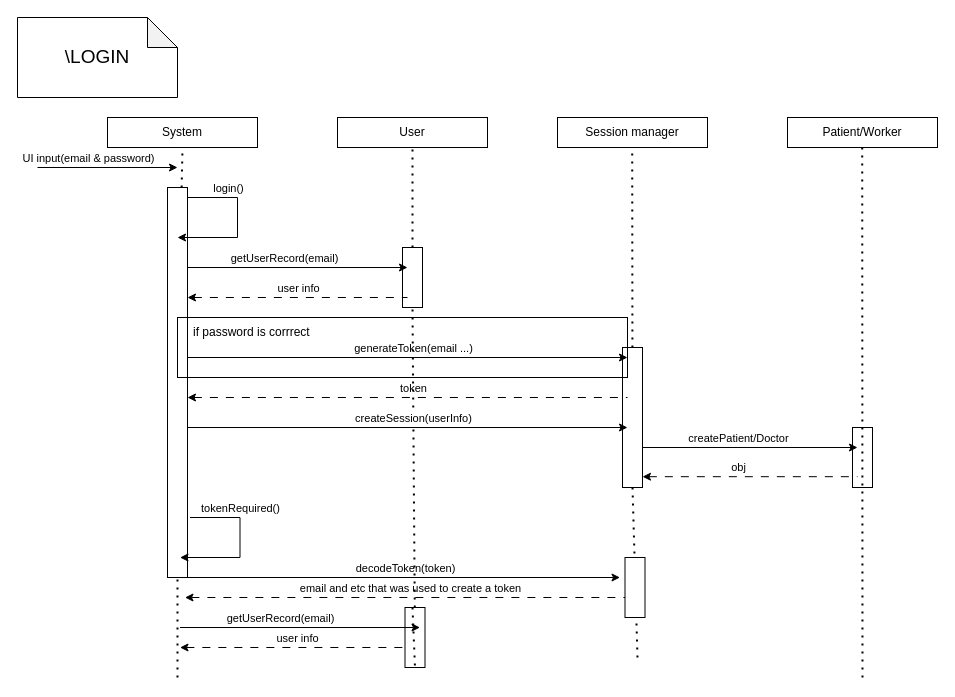
Before: Project_Documentation/sequence_design/Login.drawio in IndecentTulip/Online-Health-Monitoring-System, a draw.io diagram. Source tidied: cells renumbered, new cells numbered last; positions are measured from the earlier drawing's top-left corner, leaving out a move shared by most shapes. Both pictures are drawn from the tidied source at 100%, with x=0, y=0 at pixel (17, 17).
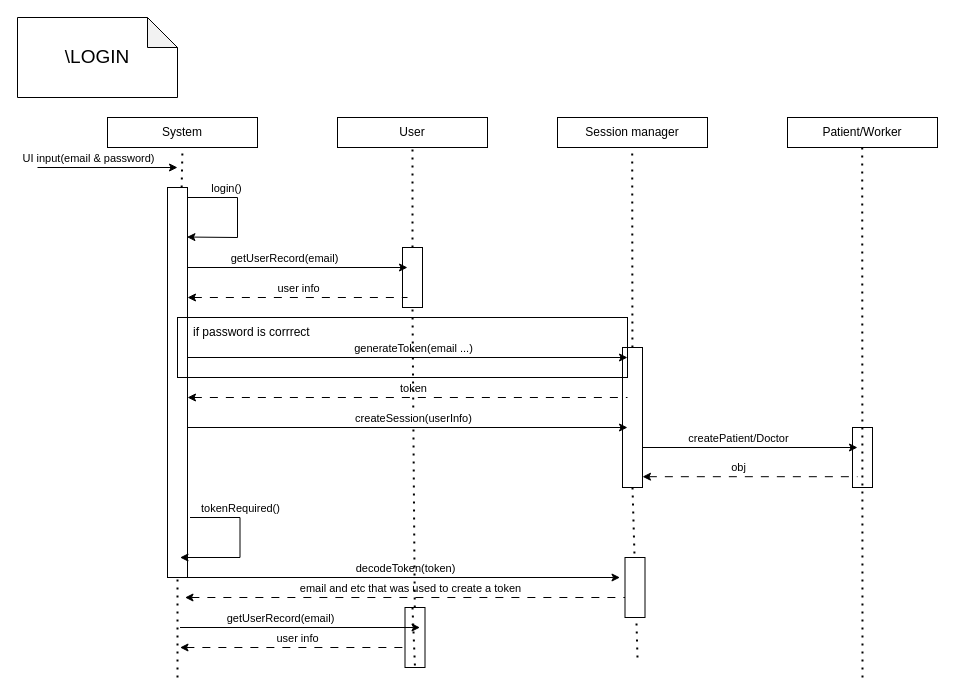
The same page after the edit.

The change refers to these unchanged cells:
```xml
<mxCell id="6" style="rounded=0;whiteSpace=wrap;html=1;" parent="1" vertex="1">
  <mxGeometry x="150" y="170" width="20" height="390" as="geometry" />
</mxCell>
```

Diff of the diagram source:
```diff
@@
-    <mxCell id="13" style="endArrow=classic;html=1;rounded=0;" parent="1" edge="1">
+    <mxCell id="13" style="endArrow=classic;html=1;rounded=0;entryX=0.971;entryY=0.127;entryDx=0;entryDy=0;entryPerimeter=0;" parent="1" edge="1" target="6">
       <mxGeometry relative="1" as="geometry">
         <mxPoint x="170" y="180" as="sourcePoint" />
-        <mxPoint x="160" y="220" as="targetPoint" />
         <Array as="points">
           <mxPoint x="220" y="180" />
           <mxPoint x="220" y="220" />
         </Array>
       </mxGeometry>
     </mxCell>
```
